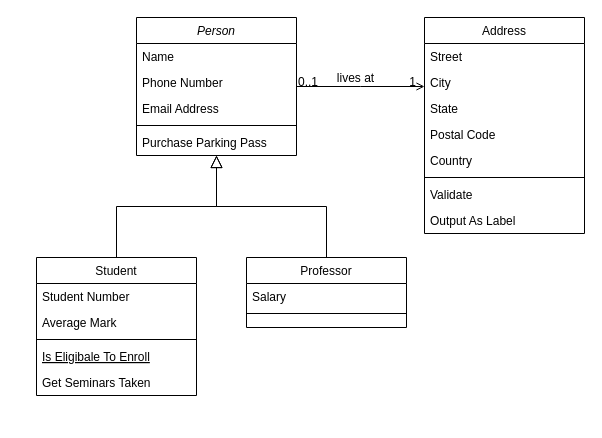
Above: class.drawio in Mintpasokon/OpenCV-wavelet (draw.io), before the change. Source tidied: cells renumbered, new cells numbered last; positions are measured from the earlier drawing's top-left corner, leaving out a move shared by most shapes. Both pictures are drawn from the tidied source at 100%, with x=0, y=0 at pixel (36, 17).
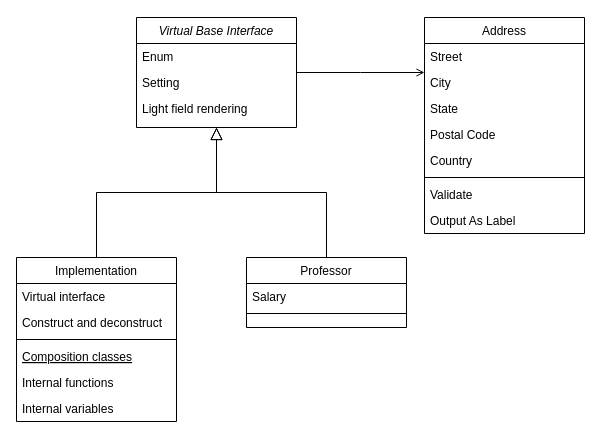
The same page after the edit.

The change refers to these unchanged cells:
```xml
<mxCell id="28" style="endArrow=open;shadow=0;strokeWidth=1;rounded=0;endFill=1;edgeStyle=elbowEdgeStyle;elbow=vertical;" parent="1" edge="1" source="2" target="19">
  <mxGeometry x="0.5" y="41" relative="1" as="geometry">
    <mxPoint x="-40" y="32" as="offset" />
  </mxGeometry>
</mxCell>
```

Diff of the diagram source:
```diff
@@
-    <mxCell id="2" value="Person" style="swimlane;fontStyle=2;align=center;verticalAlign=top;horizontal=1;startSize=26;rounded=0;shadow=0;strokeWidth=1;" parent="1" vertex="1">
-      <mxGeometry x="100" width="160" height="138" as="geometry" />
+    <mxCell id="2" value="Virtual Base Interface" style="swimlane;fontStyle=2;align=center;verticalAlign=top;horizontal=1;startSize=26;rounded=0;shadow=0;strokeWidth=1;swimlaneLine=1;" parent="1" vertex="1">
+      <mxGeometry x="100" width="160" height="110" as="geometry" />
     </mxCell>
-    <mxCell id="3" value="Name" style="text;align=left;verticalAlign=top;spacingLeft=4;spacingRight=4;overflow=hidden;" parent="2" vertex="1">
+    <mxCell id="3" value="Enum" style="text;align=left;verticalAlign=top;spacingLeft=4;spacingRight=4;overflow=hidden;" parent="2" vertex="1">
       <mxGeometry y="26" width="160" height="26" as="geometry" />
     </mxCell>
-    <mxCell id="4" value="Phone Number" style="text;align=left;verticalAlign=top;spacingLeft=4;spacingRight=4;overflow=hidden;rounded=0;shadow=0;html=0;" parent="2" vertex="1">
+    <mxCell id="4" value="Setting" style="text;align=left;verticalAlign=top;spacingLeft=4;spacingRight=4;overflow=hidden;rounded=0;shadow=0;html=0;" parent="2" vertex="1">
       <mxGeometry y="52" width="160" height="26" as="geometry" />
     </mxCell>
-    <mxCell id="5" value="Email Address" style="text;align=left;verticalAlign=top;spacingLeft=4;spacingRight=4;overflow=hidden;rounded=0;shadow=0;html=0;" parent="2" vertex="1">
+    <mxCell id="5" value="Light field rendering" style="text;align=left;verticalAlign=top;spacingLeft=4;spacingRight=4;overflow=hidden;rounded=0;shadow=0;html=0;" parent="2" vertex="1">
       <mxGeometry y="78" width="160" height="26" as="geometry" />
     </mxCell>
-    <mxCell id="6" style="line;html=1;strokeWidth=1;align=left;verticalAlign=middle;spacingTop=-1;spacingLeft=3;spacingRight=3;labelPosition=right;" parent="2" vertex="1">
-      <mxGeometry y="104" width="160" height="8" as="geometry" />
-    </mxCell>
-    <mxCell id="7" value="Purchase Parking Pass" style="text;align=left;verticalAlign=top;spacingLeft=4;spacingRight=4;overflow=hidden;" parent="2" vertex="1">
-      <mxGeometry y="112" width="160" height="26" as="geometry" />
-    </mxCell>
-    <mxCell id="8" value="Student" style="swimlane;fontStyle=0;align=center;verticalAlign=top;horizontal=1;startSize=26;rounded=0;shadow=0;strokeWidth=1;" parent="1" vertex="1">
-      <mxGeometry y="240" width="160" height="138" as="geometry" />
+    <mxCell id="8" value="Implementation" style="swimlane;fontStyle=0;align=center;verticalAlign=top;horizontal=1;startSize=26;rounded=0;shadow=0;strokeWidth=1;" parent="1" vertex="1">
+      <mxGeometry x="-20" y="240" width="160" height="164" as="geometry" />
     </mxCell>
-    <mxCell id="9" value="Student Number" style="text;align=left;verticalAlign=top;spacingLeft=4;spacingRight=4;overflow=hidden;" parent="8" vertex="1">
+    <mxCell id="9" value="Virtual interface" style="text;align=left;verticalAlign=top;spacingLeft=4;spacingRight=4;overflow=hidden;" parent="8" vertex="1">
       <mxGeometry y="26" width="160" height="26" as="geometry" />
     </mxCell>
-    <mxCell id="10" value="Average Mark" style="text;align=left;verticalAlign=top;spacingLeft=4;spacingRight=4;overflow=hidden;rounded=0;shadow=0;html=0;" parent="8" vertex="1">
+    <mxCell id="10" value="Construct and deconstruct" style="text;align=left;verticalAlign=top;spacingLeft=4;spacingRight=4;overflow=hidden;rounded=0;shadow=0;html=0;" parent="8" vertex="1">
       <mxGeometry y="52" width="160" height="26" as="geometry" />
     </mxCell>
@@
-    <mxCell id="12" value="Is Eligibale To Enroll" style="text;align=left;verticalAlign=top;spacingLeft=4;spacingRight=4;overflow=hidden;fontStyle=4;" parent="8" vertex="1">
+    <mxCell id="12" value="Composition classes" style="text;align=left;verticalAlign=top;spacingLeft=4;spacingRight=4;overflow=hidden;fontStyle=4;" parent="8" vertex="1">
       <mxGeometry y="86" width="160" height="26" as="geometry" />
     </mxCell>
-    <mxCell id="13" value="Get Seminars Taken" style="text;align=left;verticalAlign=top;spacingLeft=4;spacingRight=4;overflow=hidden;" parent="8" vertex="1">
+    <mxCell id="13" value="Internal functions" style="text;align=left;verticalAlign=top;spacingLeft=4;spacingRight=4;overflow=hidden;" parent="8" vertex="1">
       <mxGeometry y="112" width="160" height="26" as="geometry" />
     </mxCell>
+    <mxCell id="32" value="Internal variables" style="text;align=left;verticalAlign=top;spacingLeft=4;spacingRight=4;overflow=hidden;" parent="8" vertex="1">
+      <mxGeometry y="138" width="160" height="26" as="geometry" />
+    </mxCell>
@@
-    <mxCell id="29" value="0..1" style="align=left;verticalAlign=bottom;labelBackgroundColor=none;fontSize=12;" parent="28" vertex="1">
-      <mxGeometry x="-1" relative="1" as="geometry">
-        <mxPoint y="4" as="offset" />
-      </mxGeometry>
-    </mxCell>
-    <mxCell id="30" value="1" style="align=right;verticalAlign=bottom;labelBackgroundColor=none;fontSize=12;" parent="28" vertex="1">
-      <mxGeometry x="1" relative="1" as="geometry">
-        <mxPoint x="-7" y="4" as="offset" />
-      </mxGeometry>
-    </mxCell>
-    <mxCell id="31" value="lives at" style="text;html=1;align=center;verticalAlign=middle;labelBackgroundColor=none;rounded=0;shadow=0;strokeWidth=1;fontSize=12;" parent="28" vertex="1">
-      <mxGeometry x="0.5" y="49" relative="1" as="geometry">
-        <mxPoint x="-38" y="40" as="offset" />
-      </mxGeometry>
-    </mxCell>
```
